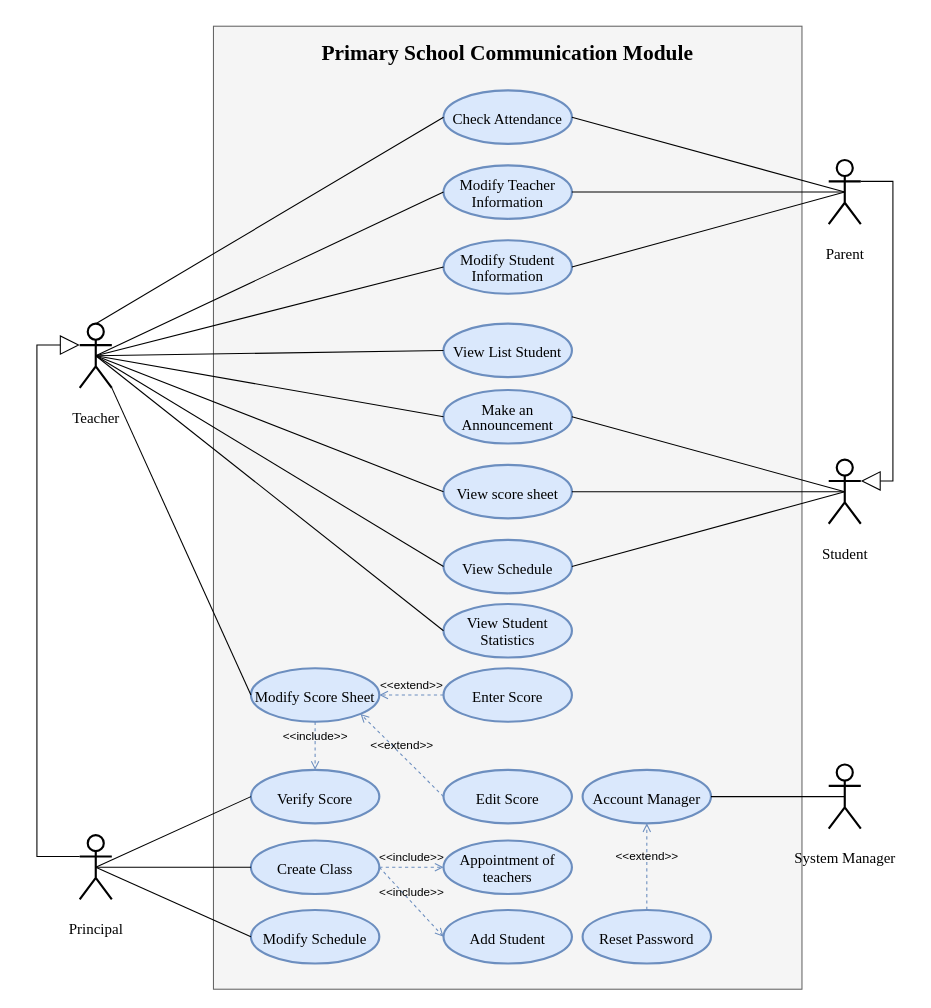
Earlier version of the draw.io diagram public/diagrams/UseCase_v2.drawio (it-TranKhaiHoang/soa-final-project). Source tidied: cells renumbered, new cells numbered last; positions are measured from the earlier drawing's top-left corner, leaving out a move shared by most shapes. Both pictures are drawn from the tidied source at 107%, with x=0, y=0 at pixel (36, 26).
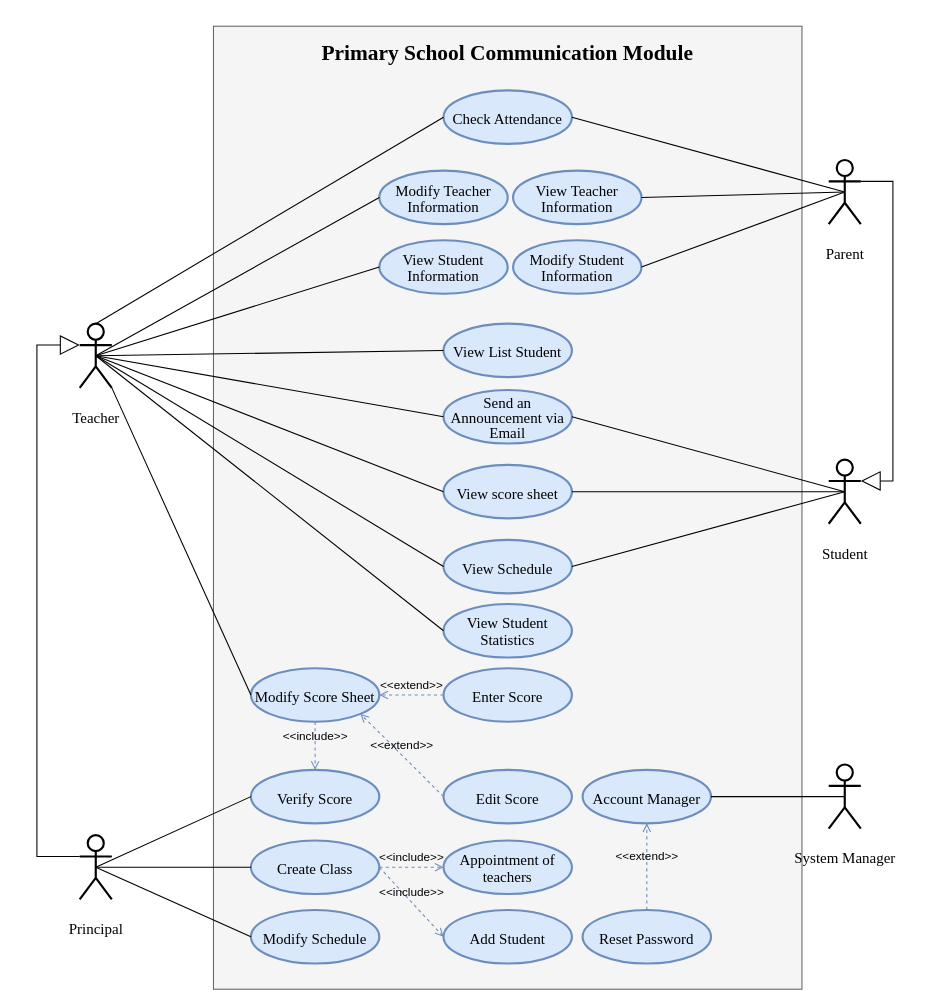
After the change.

The change refers to these unchanged cells:
```xml
<mxCell id="19" value="&lt;p style=&quot;line-height: 0%;&quot;&gt;&lt;font style=&quot;font-size: 14px;&quot; face=&quot;Times New Roman&quot;&gt;Teacher&lt;/font&gt;&lt;/p&gt;" style="shape=umlActor;verticalLabelPosition=bottom;verticalAlign=top;html=1;outlineConnect=0;hachureGap=4;fontFamily=Architects Daughter;fontSize=20;strokeWidth=2;rounded=1;" parent="1" vertex="1">
  <mxGeometry x="40" y="278" width="30" height="60" as="geometry" />
</mxCell>
<mxCell id="21" value="&lt;p style=&quot;line-height: 0%;&quot;&gt;&lt;font style=&quot;font-size: 14px;&quot; face=&quot;Times New Roman&quot;&gt;Parent&lt;/font&gt;&lt;/p&gt;" style="shape=umlActor;verticalLabelPosition=bottom;verticalAlign=top;html=1;outlineConnect=0;hachureGap=4;fontFamily=Architects Daughter;fontSize=20;strokeWidth=2;rounded=1;" parent="1" vertex="1">
  <mxGeometry x="740" y="125" width="30" height="60" as="geometry" />
</mxCell>
```

Diff of the diagram source:
```diff
@@
     <mxCell id="5" value="&lt;p style=&quot;line-height: 60%;&quot;&gt;&lt;font face=&quot;Times New Roman&quot;&gt;&lt;span style=&quot;font-size: 14px;&quot;&gt;Modify Student Information&lt;/span&gt;&lt;/font&gt;&lt;/p&gt;" style="ellipse;whiteSpace=wrap;html=1;hachureGap=4;fontFamily=Architects Daughter;fontSize=20;shadow=0;strokeWidth=2;rounded=1;fillColor=#dae8fc;strokeColor=#6c8ebf;" parent="1" vertex="1">
-      <mxGeometry x="380" y="200" width="120" height="50" as="geometry" />
+      <mxGeometry x="445" y="200" width="120" height="50" as="geometry" />
     </mxCell>
     <mxCell id="6" value="&lt;p style=&quot;line-height: 60%;&quot;&gt;&lt;font face=&quot;Times New Roman&quot;&gt;&lt;span style=&quot;font-size: 14px;&quot;&gt;Modify Teacher Information&lt;/span&gt;&lt;/font&gt;&lt;/p&gt;" style="ellipse;whiteSpace=wrap;html=1;hachureGap=4;fontFamily=Architects Daughter;fontSize=20;shadow=0;strokeWidth=2;rounded=1;fillColor=#dae8fc;strokeColor=#6c8ebf;" parent="1" vertex="1">
-      <mxGeometry x="380" y="130" width="120" height="50" as="geometry" />
+      <mxGeometry x="320" y="135" width="120" height="50" as="geometry" />
     </mxCell>
@@
-    <mxCell id="10" value="&lt;p style=&quot;line-height: 60%;&quot;&gt;&lt;font face=&quot;Times New Roman&quot; style=&quot;font-size: 14px;&quot;&gt;Make an A&lt;font style=&quot;border-color: var(--border-color); font-size: 14px;&quot;&gt;nnouncement&lt;/font&gt;&lt;/font&gt;&lt;/p&gt;" style="ellipse;whiteSpace=wrap;html=1;hachureGap=4;fontFamily=Architects Daughter;fontSize=20;shadow=0;strokeWidth=2;rounded=1;fillColor=#dae8fc;strokeColor=#6c8ebf;" parent="1" vertex="1">
+    <mxCell id="10" value="&lt;p style=&quot;line-height: 60%;&quot;&gt;&lt;font face=&quot;Times New Roman&quot; style=&quot;font-size: 14px;&quot;&gt;Send an A&lt;font style=&quot;border-color: var(--border-color); font-size: 14px;&quot;&gt;nnouncement via Email&lt;/font&gt;&lt;/font&gt;&lt;/p&gt;" style="ellipse;whiteSpace=wrap;html=1;hachureGap=4;fontFamily=Architects Daughter;fontSize=20;shadow=0;strokeWidth=2;rounded=1;fillColor=#dae8fc;strokeColor=#6c8ebf;" parent="1" vertex="1">
       <mxGeometry x="380" y="340" width="120" height="50" as="geometry" />
     </mxCell>
@@
-    <mxCell id="34" style="endArrow=none;html=1;rounded=0;exitX=1;exitY=0.5;exitDx=0;exitDy=0;entryX=0.5;entryY=0.5;entryDx=0;entryDy=0;entryPerimeter=0;" parent="1" edge="1" source="5" target="21">
-      <mxGeometry relative="1" as="geometry" />
-    </mxCell>
@@
-    <mxCell id="43" style="endArrow=none;html=1;rounded=0;entryX=0.5;entryY=0.5;entryDx=0;entryDy=0;entryPerimeter=0;exitX=1;exitY=0.5;exitDx=0;exitDy=0;" parent="1" edge="1" source="6" target="21">
-      <mxGeometry relative="1" as="geometry" />
-    </mxCell>
@@
-    <mxCell id="45" style="endArrow=none;html=1;rounded=0;exitX=0.5;exitY=0.5;exitDx=0;exitDy=0;exitPerimeter=0;entryX=0;entryY=0.5;entryDx=0;entryDy=0;" parent="1" edge="1" source="19" target="5">
-      <mxGeometry relative="1" as="geometry" />
-    </mxCell>
@@
+    <mxCell id="54" value="&lt;p style=&quot;line-height: 60%;&quot;&gt;&lt;font face=&quot;Times New Roman&quot;&gt;&lt;span style=&quot;font-size: 14px;&quot;&gt;View Teacher Information&lt;/span&gt;&lt;/font&gt;&lt;/p&gt;" style="ellipse;whiteSpace=wrap;html=1;hachureGap=4;fontFamily=Architects Daughter;fontSize=20;shadow=0;strokeWidth=2;rounded=1;fillColor=#dae8fc;strokeColor=#6c8ebf;" parent="1" vertex="1">
+      <mxGeometry x="445" y="135" width="120" height="50" as="geometry" />
+    </mxCell>
+    <mxCell id="55" value="&lt;p style=&quot;line-height: 60%;&quot;&gt;&lt;font face=&quot;Times New Roman&quot;&gt;&lt;span style=&quot;font-size: 14px;&quot;&gt;View Student Information&lt;/span&gt;&lt;/font&gt;&lt;/p&gt;" style="ellipse;whiteSpace=wrap;html=1;hachureGap=4;fontFamily=Architects Daughter;fontSize=20;shadow=0;strokeWidth=2;rounded=1;fillColor=#dae8fc;strokeColor=#6c8ebf;" parent="1" vertex="1">
+      <mxGeometry x="320" y="200" width="120" height="50" as="geometry" />
+    </mxCell>
+    <mxCell id="56" style="endArrow=none;html=1;rounded=0;exitX=0.5;exitY=0.5;exitDx=0;exitDy=0;exitPerimeter=0;entryX=0;entryY=0.5;entryDx=0;entryDy=0;" parent="1" edge="1" source="19" target="55">
+      <mxGeometry relative="1" as="geometry" />
+    </mxCell>
+    <mxCell id="57" style="endArrow=none;html=1;rounded=0;entryX=0.5;entryY=0.5;entryDx=0;entryDy=0;entryPerimeter=0;exitX=1;exitY=0.5;exitDx=0;exitDy=0;" parent="1" edge="1" source="54" target="21">
+      <mxGeometry relative="1" as="geometry" />
+    </mxCell>
+    <mxCell id="34" style="endArrow=none;html=1;rounded=0;entryX=0.5;entryY=0.5;entryDx=0;entryDy=0;entryPerimeter=0;exitX=1;exitY=0.5;exitDx=0;exitDy=0;" parent="1" edge="1" source="5" target="21">
+      <mxGeometry relative="1" as="geometry" />
+    </mxCell>
```
